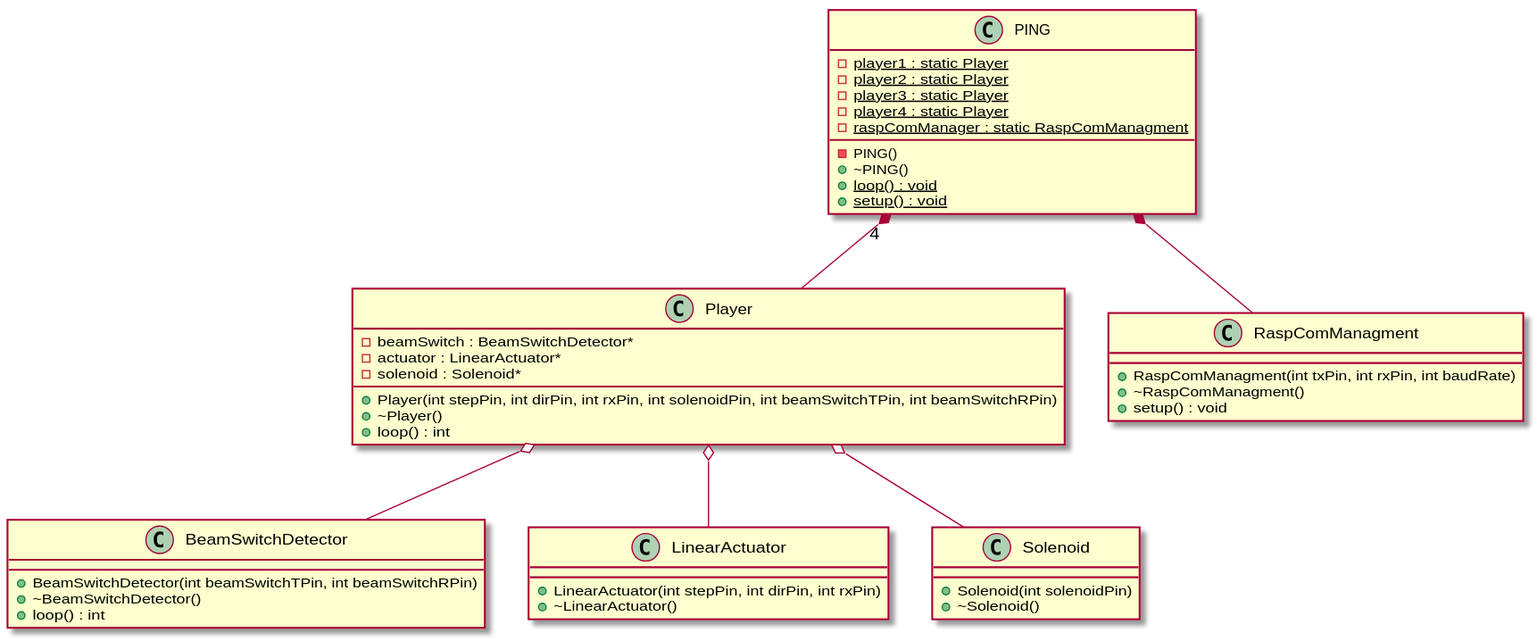
The PlantUML diagram docs/esp32.svg in tonysoux/PING22, before a commit.
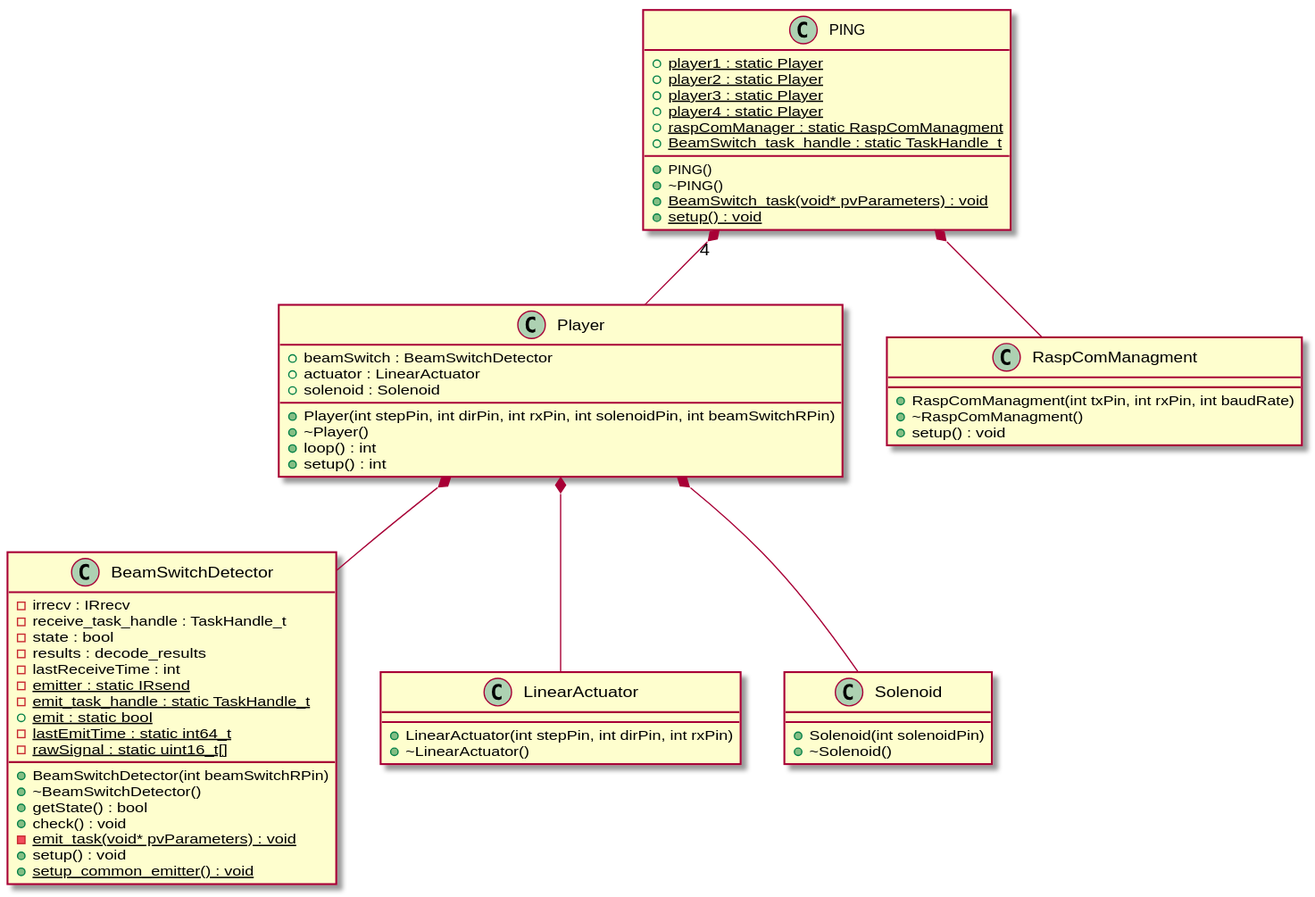
Above is the later version.

Commit message:
Updated UML diagram

What changed in the source:
```diff
@@ -6,9 +6,23 @@
 
 
 class BeamSwitchDetector {
-	+BeamSwitchDetector(int beamSwitchTPin, int beamSwitchRPin)
+	+BeamSwitchDetector(int beamSwitchRPin)
 	+~BeamSwitchDetector()
-	+loop() : int
+	-irrecv : IRrecv
+	-receive_task_handle : TaskHandle_t
+	+getState() : bool
+	-state : bool
+	-results : decode_results
+	-lastReceiveTime : int
+	-{static} emitter : static IRsend
+	-{static} emit_task_handle : static TaskHandle_t
+	+{static} emit : static bool
+	-{static} lastEmitTime : static int64_t
+	-{static} rawSignal : static uint16_t[]
+	+check() : void
+	-{static} emit_task(void* pvParameters) : void
+	+setup() : void
+	+{static} setup_common_emitter() : void
 }
 
 
@@ -19,25 +33,27 @@
 
 
 class PING {
-	-PING()
+	+PING()
 	+~PING()
-	-{static} player1 : static Player
-	-{static} player2 : static Player
-	-{static} player3 : static Player
-	-{static} player4 : static Player
-	-{static} raspComManager : static RaspComManagment
-	+{static} loop() : void
+	+{static} player1 : static Player
+	+{static} player2 : static Player
+	+{static} player3 : static Player
+	+{static} player4 : static Player
+	+{static} raspComManager : static RaspComManagment
+	+{static} BeamSwitch_task_handle : static TaskHandle_t
+	+{static} BeamSwitch_task(void* pvParameters) : void
 	+{static} setup() : void
 }
 
 
 class Player {
-	+Player(int stepPin, int dirPin, int rxPin, int solenoidPin, int beamSwitchTPin, int beamSwitchRPin)
+	+Player(int stepPin, int dirPin, int rxPin, int solenoidPin, int beamSwitchRPin)
 	+~Player()
-	-beamSwitch : BeamSwitchDetector*
-	-actuator : LinearActuator*
-	-solenoid : Solenoid*
+	+beamSwitch : BeamSwitchDetector
+	+actuator : LinearActuator
+	+solenoid : Solenoid
 	+loop() : int
+	+setup() : int
 }
 
 
@@ -68,13 +84,13 @@
 PING *-- RaspComManagment
 
 
-Player o-- BeamSwitchDetector
+Player *-- BeamSwitchDetector
 
 
-Player o-- LinearActuator
+Player *-- LinearActuator
 
 
-Player o-- Solenoid
+Player *-- Solenoid
 
 
 
```
